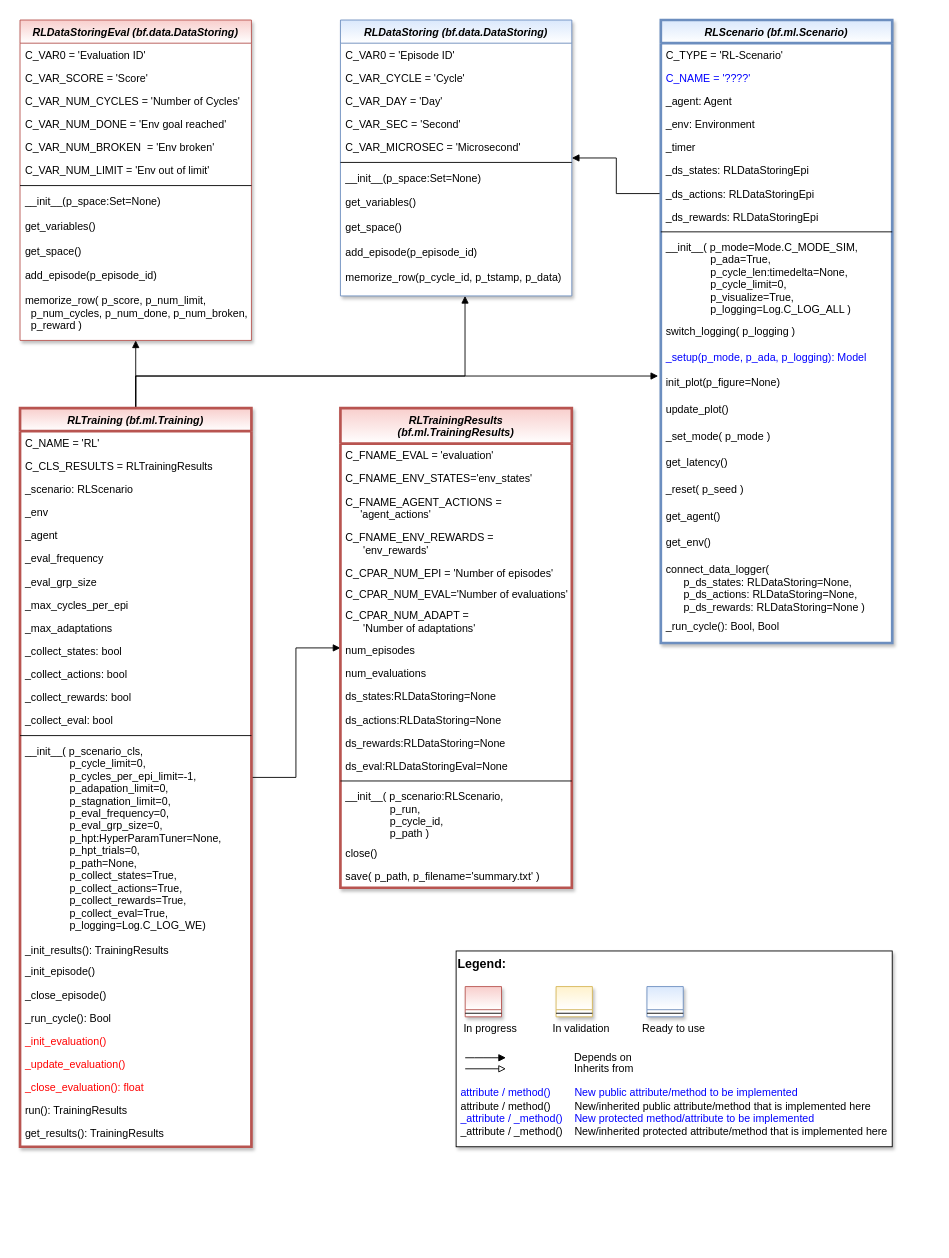
Earlier version of the draw.io diagram doc/rtd/content/append2/core/images/rl/04_run_and_train/MLPro-RL-Train_class_diagram.drawio (fhswf/MLPro). Source tidied: cells renumbered, new cells numbered last; positions are measured from the earlier drawing's top-left corner, leaving out a move shared by most shapes. Both pictures are drawn from the tidied source at 89%, with x=0, y=0 at pixel (20, 20).
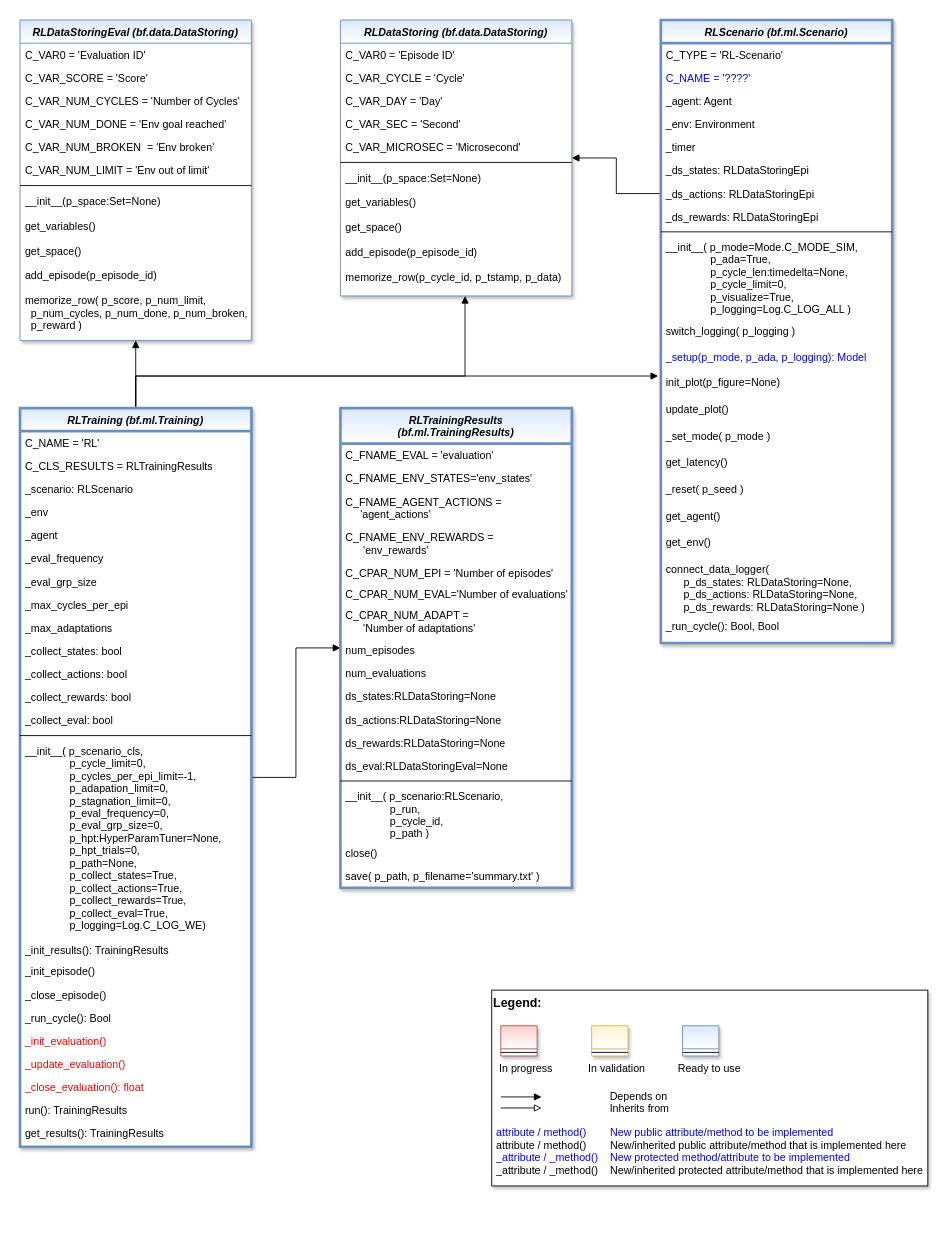
The same page after the edit.

Commit message (it also covers changes not shown here):
RL-ENV-TRAIN: class diagram updated

Change to the diagram source:
```diff
@@
-    <mxCell id="6" value="RLTraining (bf.ml.Training)" style="swimlane;fontStyle=3;align=center;verticalAlign=top;horizontal=1;startSize=26;rounded=0;shadow=1;strokeWidth=3;fillColor=#f8cecc;strokeColor=#b85450;gradientColor=#ffffff;swimlaneFillColor=#ffffff;" parent="1" vertex="1">
+    <mxCell id="6" value="RLTraining (bf.ml.Training)" style="swimlane;fontStyle=3;align=center;verticalAlign=top;horizontal=1;startSize=26;rounded=0;shadow=1;strokeWidth=3;fillColor=#dae8fc;strokeColor=#6c8ebf;swimlaneFillColor=#ffffff;gradientColor=#ffffff;" parent="1" vertex="1">
       <mxGeometry y="436" width="260" height="830" as="geometry" />
     </mxCell>
@@
-    <mxCell id="66" value="RLTrainingResults &#10;(bf.ml.TrainingResults)" style="swimlane;fontStyle=3;align=center;verticalAlign=top;horizontal=1;startSize=40;rounded=0;shadow=1;strokeWidth=3;fillColor=#f8cecc;strokeColor=#b85450;swimlaneFillColor=#ffffff;gradientColor=#ffffff;" parent="1" vertex="1">
+    <mxCell id="66" value="RLTrainingResults &#10;(bf.ml.TrainingResults)" style="swimlane;fontStyle=3;align=center;verticalAlign=top;horizontal=1;startSize=40;rounded=0;shadow=1;strokeWidth=3;fillColor=#dae8fc;strokeColor=#6c8ebf;swimlaneFillColor=#ffffff;gradientColor=#ffffff;" parent="1" vertex="1">
       <mxGeometry x="360" y="436" width="260" height="539" as="geometry" />
     </mxCell>
@@
     <mxCell id="84" style="group;" parent="1" vertex="1">
-      <mxGeometry x="490" y="1046" width="490" height="220" as="geometry" />
+      <mxGeometry x="530" y="1090" width="490" height="220" as="geometry" />
     </mxCell>
@@
-    <mxCell id="94" value="RLDataStoringEval (bf.data.DataStoring)" style="swimlane;fontStyle=3;align=center;verticalAlign=top;horizontal=1;startSize=26;rounded=0;shadow=1;strokeWidth=1;fillColor=#f8cecc;strokeColor=#b85450;swimlaneFillColor=#ffffff;gradientColor=#ffffff;" parent="1" vertex="1">
+    <mxCell id="94" value="RLDataStoringEval (bf.data.DataStoring)" style="swimlane;fontStyle=3;align=center;verticalAlign=top;horizontal=1;startSize=26;rounded=0;shadow=1;strokeWidth=1;fillColor=#dae8fc;strokeColor=#6c8ebf;swimlaneFillColor=#ffffff;gradientColor=#ffffff;" parent="1" vertex="1">
       <mxGeometry width="260" height="360" as="geometry" />
     </mxCell>
```
